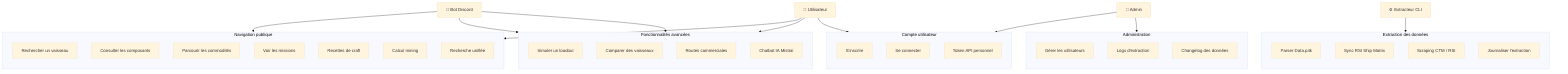
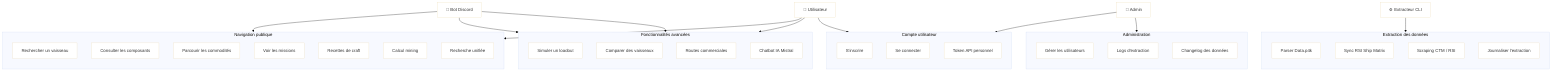
- %%{init: {'theme': 'base', 'themeVariables': {'fontSize': '15px', 'fontFamily': 'Arial'}}}%%
+ %%{init: {'theme': 'base', 'themeVariables': {'background': '#ffffff', 'mainBkg': '#ffffff', 'fontSize': '15px', 'fontFamily': 'Arial'}}}%%
graph TD
    U["👤 Utilisateur"]
    A["🔑 Admin"]
    B["🤖 Bot Discord"]
    E["⚙️ Extracteur CLI"]

    subgraph PUB["Navigation publique"]
        direction TB
        UC1["Rechercher un vaisseau"]
        UC2["Consulter les composants"]
        UC3["Parcourir les commodités"]
        UC4["Voir les missions"]
        UC5["Recettes de craft"]
        UC6["Calcul mining"]
        UC7["Recherche unifiée"]
    end

    subgraph ADV["Fonctionnalités avancées"]
        direction TB
        UC8["Simuler un loadout"]
        UC9["Comparer des vaisseaux"]
        UC10["Routes commerciales"]
        UC11["Chatbot IA Mistral"]
    end

    subgraph AUTHZ["Compte utilisateur"]
        direction TB
        UC12["S'inscrire"]
        UC13["Se connecter"]
        UC14["Token API personnel"]
    end

    subgraph ADMIN["Administration"]
        direction TB
        UC15["Gérer les utilisateurs"]
        UC16["Logs d'extraction"]
        UC17["Changelog des données"]
    end

    subgraph EXT["Extraction des données"]
        direction TB
        UC18["Parser Data.p4k"]
        UC19["Sync RSI Ship Matrix"]
        UC20["Scraping CTM / RSI"]
        UC21["Journaliser l'extraction"]
    end

    U --> PUB
    U --> ADV
    U --> AUTHZ
    A --> ADMIN
    A --> UC13
    B --> UC1
    B --> UC9
    B --> UC11
    E --> EXT
